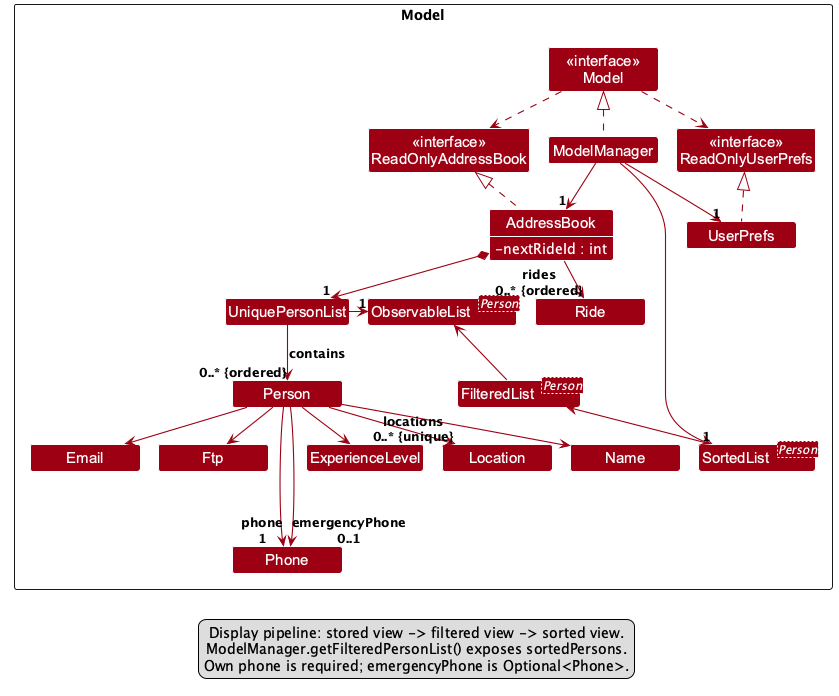
AY2627S1-CS2103T-W11-1/tp keeps this PlantUML diagram as docs/images/ModelClassDiagram.png. Above is the earlier version.
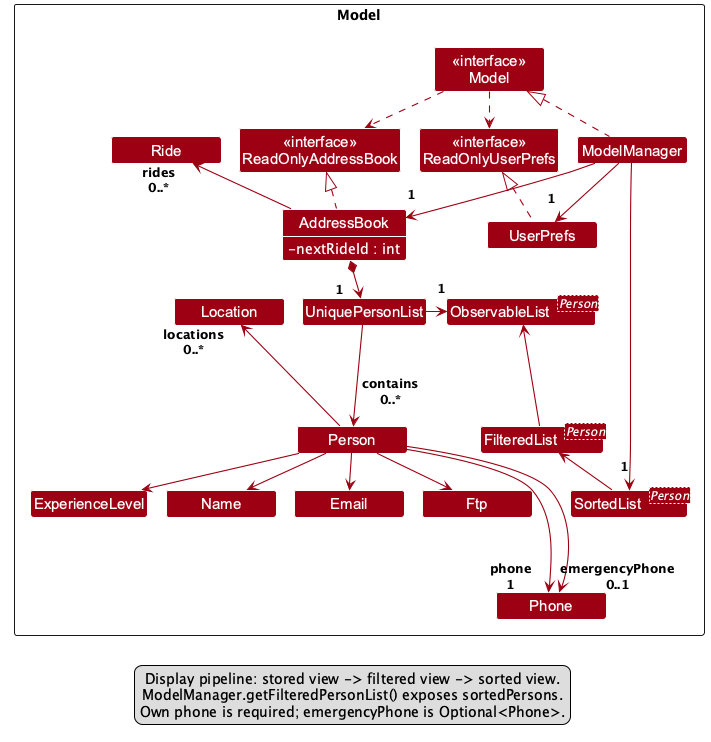
After the commit.

Commit message:
Fix ModelClassDiagram multiplicity and label placements

What changed in the source:
```diff
@@ -37,22 +37,24 @@
 UserPrefs .up.|> ReadOnlyUserPrefs
 Model ..> ReadOnlyAddressBook
 Model ..> ReadOnlyUserPrefs
-ModelManager --> "1" AddressBook
-ModelManager --> "1" UserPrefs
-AddressBook *--> "1" UniquePersonList
-AddressBook --> "rides\n0..* {ordered}" Ride
-UniquePersonList --> "0..* {ordered}" Person : contains
+ModelManager --> "1\n" AddressBook
+ModelManager --> "1\n" UserPrefs
+AddressBook *--> "1    " UniquePersonList
+AddressBook -up-> "rides    \n0..*    " Ride
+Ride -[hidden]right-> ReadOnlyAddressBook
+UniquePersonList --> Person : \n\ncontains\n0..*
 
 Person --> Name
-Person ----> "phone\n1" Phone
-Person ----> "emergencyPhone\n0..1" Phone
+Person ----> "phone    \n1    " Phone
+Person ----> "emergencyPhone    \n0..1    " Phone
 Person --> Email
 Person --> Ftp
 Person --> ExperienceLevel
-Person --> "locations\n0..* {unique}" Location
+Person -up-> "locations    \n0..*    " Location
+Location -[hidden]right-> UniquePersonList
 
-ModelManager --> "1" SortedPersons
-UniquePersonList -right-> "1" StoredPersons
+ModelManager --> "1\n" SortedPersons
+UniquePersonList -right-> "1\n" StoredPersons
 FilteredPersons -up-> StoredPersons
 SortedPersons -up-> FilteredPersons
 
```
